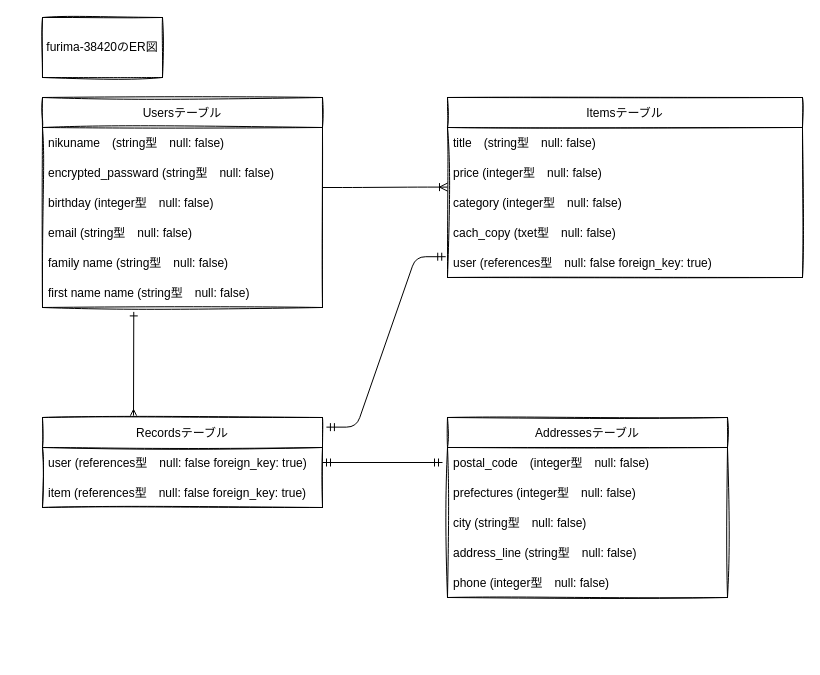
This is test.dio from noplan31/furima-38420, a draw.io file, before an edit. Source tidied: cells renumbered, new cells numbered last; positions are measured from the earlier drawing's top-left corner, leaving out a move shared by most shapes. Both pictures are drawn from the tidied source at 100%, with x=0, y=0 at pixel (42, 17).
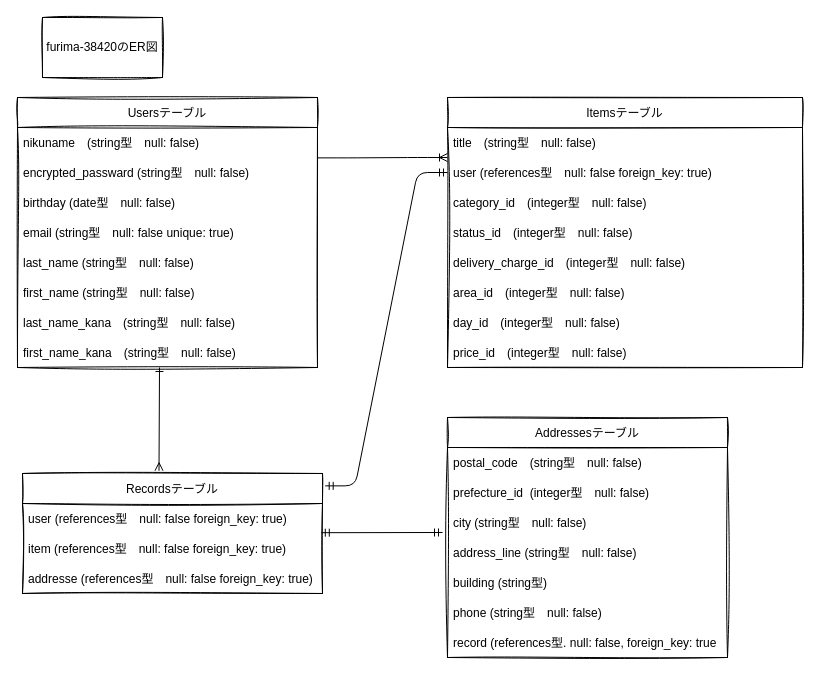
After the change.

Commit message (it also covers changes not shown here):
データベース設計　修正1

What changed in the source:
```diff
@@
     <mxCell id="2" value="Usersテーブル" style="swimlane;fontStyle=0;horizontal=1;startSize=30;sketch=1;" parent="1" vertex="1">
-      <mxGeometry y="80" width="280" height="210" as="geometry" />
+      <mxGeometry x="-25" y="80" width="300" height="270" as="geometry" />
     </mxCell>
     <mxCell id="3" value="nikuname　(string型　null: false)" style="text;strokeColor=none;fillColor=none;align=left;verticalAlign=middle;spacingLeft=4;spacingRight=4;overflow=hidden;sketch=1;" parent="2" vertex="1">
-      <mxGeometry y="30" width="280" height="30" as="geometry" />
+      <mxGeometry y="30" width="300" height="30" as="geometry" />
     </mxCell>
     <mxCell id="4" value="encrypted_passward (string型　null: false)" style="text;strokeColor=none;fillColor=none;align=left;verticalAlign=middle;spacingLeft=4;spacingRight=4;overflow=hidden;points=[[0,0.5],[1,0.5]];portConstraint=eastwest;sketch=1;" parent="2" vertex="1">
-      <mxGeometry y="60" width="280" height="30" as="geometry" />
+      <mxGeometry y="60" width="300" height="30" as="geometry" />
     </mxCell>
-    <mxCell id="5" value="birthday (integer型　null: false)" style="text;strokeColor=none;fillColor=none;align=left;verticalAlign=middle;spacingLeft=4;spacingRight=4;overflow=hidden;sketch=1;" parent="2" vertex="1">
-      <mxGeometry y="90" width="280" height="30" as="geometry" />
+    <mxCell id="5" value="birthday (date型　null: false)" style="text;strokeColor=none;fillColor=none;align=left;verticalAlign=middle;spacingLeft=4;spacingRight=4;overflow=hidden;sketch=1;" parent="2" vertex="1">
+      <mxGeometry y="90" width="300" height="30" as="geometry" />
     </mxCell>
-    <mxCell id="6" value="email (string型　null: false)" style="text;strokeColor=none;fillColor=none;align=left;verticalAlign=middle;spacingLeft=4;spacingRight=4;overflow=hidden;sketch=1;" parent="2" vertex="1">
-      <mxGeometry y="120" width="280" height="30" as="geometry" />
+    <mxCell id="6" value="email (string型　null: false unique: true)" style="text;strokeColor=none;fillColor=none;align=left;verticalAlign=middle;spacingLeft=4;spacingRight=4;overflow=hidden;sketch=1;" parent="2" vertex="1">
+      <mxGeometry y="120" width="300" height="30" as="geometry" />
     </mxCell>
-    <mxCell id="7" value="family name (string型　null: false)" style="text;strokeColor=none;fillColor=none;align=left;verticalAlign=middle;spacingLeft=4;spacingRight=4;overflow=hidden;sketch=1;" parent="2" vertex="1">
-      <mxGeometry y="150" width="280" height="30" as="geometry" />
+    <mxCell id="7" value="last_name (string型　null: false)" style="text;strokeColor=none;fillColor=none;align=left;verticalAlign=middle;spacingLeft=4;spacingRight=4;overflow=hidden;sketch=1;" parent="2" vertex="1">
+      <mxGeometry y="150" width="300" height="30" as="geometry" />
     </mxCell>
-    <mxCell id="8" value="first name name (string型　null: false)" style="text;strokeColor=none;fillColor=none;align=left;verticalAlign=middle;spacingLeft=4;spacingRight=4;overflow=hidden;points=[[0,0.5],[1,0.5]];portConstraint=eastwest;sketch=1;" parent="2" vertex="1">
-      <mxGeometry y="180" width="280" height="30" as="geometry" />
+    <mxCell id="8" value="first_name (string型　null: false)" style="text;strokeColor=none;fillColor=none;align=left;verticalAlign=middle;spacingLeft=4;spacingRight=4;overflow=hidden;points=[[0,0.5],[1,0.5]];portConstraint=eastwest;sketch=1;" parent="2" vertex="1">
+      <mxGeometry y="180" width="300" height="30" as="geometry" />
     </mxCell>
+    <mxCell id="29" value="last_name_kana　(string型　null: false)" style="text;strokeColor=none;fillColor=none;align=left;verticalAlign=middle;spacingLeft=4;spacingRight=4;overflow=hidden;sketch=1;" parent="2" vertex="1">
+      <mxGeometry y="210" width="300" height="30" as="geometry" />
+    </mxCell>
+    <mxCell id="30" value="first_name_kana　(string型　null: false)" style="text;strokeColor=none;fillColor=none;align=left;verticalAlign=middle;spacingLeft=4;spacingRight=4;overflow=hidden;sketch=1;" parent="2" vertex="1">
+      <mxGeometry y="240" width="300" height="30" as="geometry" />
+    </mxCell>
@@
     <mxCell id="10" value="Itemsテーブル" style="swimlane;fontStyle=0;horizontal=1;startSize=30;sketch=1;" parent="1" vertex="1">
-      <mxGeometry x="405" y="80" width="355" height="180" as="geometry" />
+      <mxGeometry x="405" y="80" width="355" height="270" as="geometry" />
     </mxCell>
@@
-    <mxCell id="12" value="price (integer型　null: false)" style="text;strokeColor=none;fillColor=none;align=left;verticalAlign=middle;spacingLeft=4;spacingRight=4;overflow=hidden;sketch=1;" parent="10" vertex="1">
-      <mxGeometry y="60" width="355" height="30" as="geometry" />
-    </mxCell>
-    <mxCell id="13" value="category (integer型　null: false)" style="text;strokeColor=none;fillColor=none;align=left;verticalAlign=middle;spacingLeft=4;spacingRight=4;overflow=hidden;sketch=1;" parent="10" vertex="1">
-      <mxGeometry y="90" width="355" height="30" as="geometry" />
-    </mxCell>
-    <mxCell id="14" value="cach_copy (txet型　null: false)" style="text;strokeColor=none;fillColor=none;align=left;verticalAlign=middle;spacingLeft=4;spacingRight=4;overflow=hidden;sketch=1;" parent="10" vertex="1">
-      <mxGeometry y="120" width="355" height="30" as="geometry" />
-    </mxCell>
     <mxCell id="15" value="user (references型　null: false foreign_key: true)" style="text;strokeColor=none;fillColor=none;align=left;verticalAlign=middle;spacingLeft=4;spacingRight=4;overflow=hidden;points=[[0,0.5],[1,0.5]];portConstraint=eastwest;sketch=1;" parent="10" vertex="1">
-      <mxGeometry y="150" width="355" height="30" as="geometry" />
+      <mxGeometry y="60" width="355" height="30" as="geometry" />
     </mxCell>
+    <mxCell id="31" value="category_id　(integer型　null: false)" style="text;strokeColor=none;fillColor=none;align=left;verticalAlign=middle;spacingLeft=4;spacingRight=4;overflow=hidden;sketch=1;" parent="10" vertex="1">
+      <mxGeometry y="90" width="355" height="30" as="geometry" />
+    </mxCell>
+    <mxCell id="32" value="status_id　(integer型　null: false)" style="text;strokeColor=none;fillColor=none;align=left;verticalAlign=middle;spacingLeft=4;spacingRight=4;overflow=hidden;sketch=1;" parent="10" vertex="1">
+      <mxGeometry y="120" width="355" height="30" as="geometry" />
+    </mxCell>
+    <mxCell id="33" value="delivery_charge_id　(integer型　null: false)" style="text;strokeColor=none;fillColor=none;align=left;verticalAlign=middle;spacingLeft=4;spacingRight=4;overflow=hidden;sketch=1;" parent="10" vertex="1">
+      <mxGeometry y="150" width="355" height="30" as="geometry" />
+    </mxCell>
+    <mxCell id="34" value="area_id　(integer型　null: false)" style="text;strokeColor=none;fillColor=none;align=left;verticalAlign=middle;spacingLeft=4;spacingRight=4;overflow=hidden;sketch=1;" parent="10" vertex="1">
+      <mxGeometry y="180" width="355" height="30" as="geometry" />
+    </mxCell>
+    <mxCell id="35" value="day_id　(integer型　null: false)" style="text;strokeColor=none;fillColor=none;align=left;verticalAlign=middle;spacingLeft=4;spacingRight=4;overflow=hidden;sketch=1;" parent="10" vertex="1">
+      <mxGeometry y="210" width="355" height="30" as="geometry" />
+    </mxCell>
+    <mxCell id="36" value="price_id　(integer型　null: false)" style="text;strokeColor=none;fillColor=none;align=left;verticalAlign=middle;spacingLeft=4;spacingRight=4;overflow=hidden;sketch=1;" parent="10" vertex="1">
+      <mxGeometry y="240" width="355" height="30" as="geometry" />
+    </mxCell>
-    <mxCell id="16" style="edgeStyle=entityRelationEdgeStyle;fontSize=12;html=1;endArrow=ERoneToMany;" parent="1" edge="1">
+    <mxCell id="16" style="edgeStyle=entityRelationEdgeStyle;fontSize=12;html=1;endArrow=ERoneToMany;exitX=0.999;exitY=0.013;exitDx=0;exitDy=0;exitPerimeter=0;" parent="1" edge="1" source="4">
       <mxGeometry relative="1" as="geometry">
-        <mxPoint x="280" y="170" as="sourcePoint" />
-        <mxPoint x="405" y="169.6" as="targetPoint" />
+        <mxPoint x="405" y="140" as="targetPoint" />
       </mxGeometry>
     </mxCell>
     <mxCell id="17" value="Addressesテーブル" style="swimlane;fontStyle=0;horizontal=1;startSize=30;sketch=1;" parent="1" vertex="1">
-      <mxGeometry x="405" y="400" width="280" height="180" as="geometry" />
+      <mxGeometry x="405" y="400" width="280" height="240" as="geometry" />
     </mxCell>
-    <mxCell id="18" value="postal_code　(integer型　null: false)" style="text;strokeColor=none;fillColor=none;align=left;verticalAlign=middle;spacingLeft=4;spacingRight=4;overflow=hidden;sketch=1;" parent="17" vertex="1">
+    <mxCell id="18" value="postal_code　(string型　null: false)" style="text;strokeColor=none;fillColor=none;align=left;verticalAlign=middle;spacingLeft=4;spacingRight=4;overflow=hidden;sketch=1;" parent="17" vertex="1">
       <mxGeometry y="30" width="280" height="30" as="geometry" />
     </mxCell>
-    <mxCell id="19" value="prefectures (integer型　null: false)" style="text;strokeColor=none;fillColor=none;align=left;verticalAlign=middle;spacingLeft=4;spacingRight=4;overflow=hidden;sketch=1;" parent="17" vertex="1">
+    <mxCell id="19" value="prefecture_id  (integer型　null: false)" style="text;strokeColor=none;fillColor=none;align=left;verticalAlign=middle;spacingLeft=4;spacingRight=4;overflow=hidden;sketch=1;" parent="17" vertex="1">
       <mxGeometry y="60" width="280" height="30" as="geometry" />
     </mxCell>
@@
-    <mxCell id="22" value="phone (integer型　null: false)" style="text;strokeColor=none;fillColor=none;align=left;verticalAlign=middle;spacingLeft=4;spacingRight=4;overflow=hidden;sketch=1;" parent="17" vertex="1">
+    <mxCell id="22" value="building (string型)" style="text;strokeColor=none;fillColor=none;align=left;verticalAlign=middle;spacingLeft=4;spacingRight=4;overflow=hidden;sketch=1;" parent="17" vertex="1">
       <mxGeometry y="150" width="280" height="30" as="geometry" />
     </mxCell>
+    <mxCell id="37" value="phone (string型　null: false)" style="text;strokeColor=none;fillColor=none;align=left;verticalAlign=middle;spacingLeft=4;spacingRight=4;overflow=hidden;sketch=1;" parent="17" vertex="1">
+      <mxGeometry y="180" width="280" height="30" as="geometry" />
+    </mxCell>
+    <mxCell id="38" value="record (references型. null: false, foreign_key: true " style="text;strokeColor=none;fillColor=none;align=left;verticalAlign=middle;spacingLeft=4;spacingRight=4;overflow=hidden;sketch=1;" parent="17" vertex="1">
+      <mxGeometry y="210" width="280" height="30" as="geometry" />
+    </mxCell>
-    <mxCell id="23" style="fontSize=12;html=1;endArrow=ERone;startArrow=ERmany;entryX=0.326;entryY=1.147;entryDx=0;entryDy=0;entryPerimeter=0;endFill=0;startFill=0;" parent="1" edge="1" target="8">
+    <mxCell id="23" style="fontSize=12;html=1;endArrow=ERone;startArrow=ERmany;endFill=0;startFill=0;exitX=0.455;exitY=-0.023;exitDx=0;exitDy=0;exitPerimeter=0;" parent="1" edge="1" source="24">
       <mxGeometry relative="1" as="geometry">
-        <mxPoint x="91" y="400" as="sourcePoint" />
+        <mxPoint x="117" y="350" as="targetPoint" />
       </mxGeometry>
     </mxCell>
     <mxCell id="24" value="Recordsテーブル" style="swimlane;fontStyle=0;horizontal=1;startSize=30;sketch=1;" parent="1" vertex="1">
-      <mxGeometry y="400" width="280" height="90" as="geometry" />
+      <mxGeometry x="-20" y="456" width="300" height="120" as="geometry" />
     </mxCell>
     <mxCell id="25" value="user (references型　null: false foreign_key: true)" style="text;strokeColor=none;fillColor=none;align=left;verticalAlign=middle;spacingLeft=4;spacingRight=4;overflow=hidden;sketch=1;" parent="24" vertex="1">
-      <mxGeometry y="30" width="280" height="30" as="geometry" />
+      <mxGeometry y="30" width="300" height="30" as="geometry" />
     </mxCell>
     <mxCell id="26" value="item (references型　null: false foreign_key: true)" style="text;strokeColor=none;fillColor=none;align=left;verticalAlign=middle;spacingLeft=4;spacingRight=4;overflow=hidden;points=[[0,0.5],[1,0.5]];portConstraint=eastwest;sketch=1;" parent="24" vertex="1">
-      <mxGeometry y="60" width="280" height="30" as="geometry" />
+      <mxGeometry y="60" width="300" height="30" as="geometry" />
     </mxCell>
+    <mxCell id="39" value="addresse (references型　null: false foreign_key: true)" style="text;strokeColor=none;fillColor=none;align=left;verticalAlign=middle;spacingLeft=4;spacingRight=4;overflow=hidden;sketch=1;" parent="24" vertex="1">
+      <mxGeometry y="90" width="300" height="30" as="geometry" />
+    </mxCell>
-    <mxCell id="27" style="fontSize=12;html=1;endArrow=ERmandOne;startArrow=ERmandOne;exitX=1;exitY=0.5;exitDx=0;exitDy=0;" parent="1" edge="1">
+    <mxCell id="27" style="fontSize=12;html=1;endArrow=ERmandOne;startArrow=ERmandOne;exitX=0.996;exitY=-0.027;exitDx=0;exitDy=0;exitPerimeter=0;" parent="1" edge="1" source="26">
       <mxGeometry relative="1" as="geometry">
-        <mxPoint x="280" y="445" as="sourcePoint" />
-        <mxPoint x="400" y="445" as="targetPoint" />
+        <mxPoint x="400" y="515" as="targetPoint" />
       </mxGeometry>
     </mxCell>
-    <mxCell id="28" style="edgeStyle=entityRelationEdgeStyle;fontSize=12;html=1;endArrow=ERmandOne;startArrow=ERmandOne;entryX=-0.005;entryY=0.307;entryDx=0;entryDy=0;entryPerimeter=0;exitX=1.014;exitY=0.107;exitDx=0;exitDy=0;exitPerimeter=0;" parent="1" edge="1" source="24" target="15">
+    <mxCell id="28" style="edgeStyle=entityRelationEdgeStyle;fontSize=12;html=1;endArrow=ERmandOne;startArrow=ERmandOne;entryX=0;entryY=0.5;entryDx=0;entryDy=0;exitX=1.009;exitY=0.103;exitDx=0;exitDy=0;exitPerimeter=0;" parent="1" edge="1" source="24" target="15">
       <mxGeometry relative="1" as="geometry" />
     </mxCell>
```
